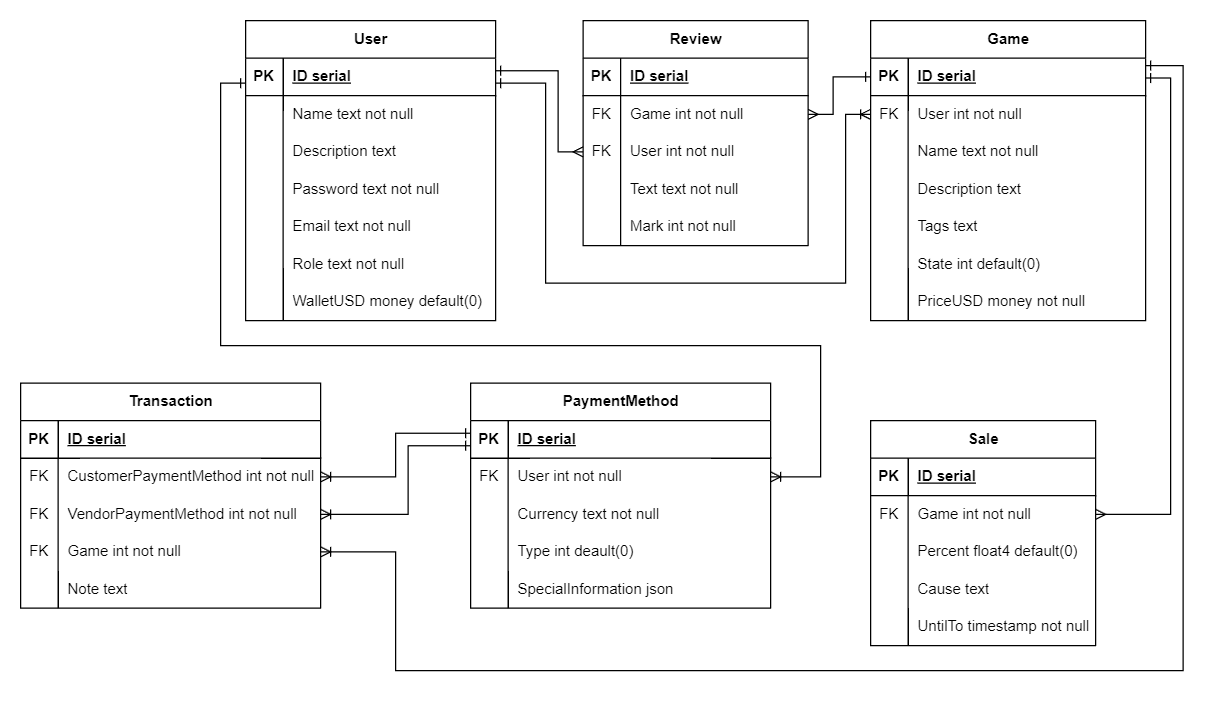
This is BD_UML.drawio.png from DioMain/Node.js-Cursovoi, a draw.io export, as it was before one commit. Source tidied: cells renumbered, new cells last; positions are measured from the earlier drawing's top-left corner, leaving out a move shared by most shapes.
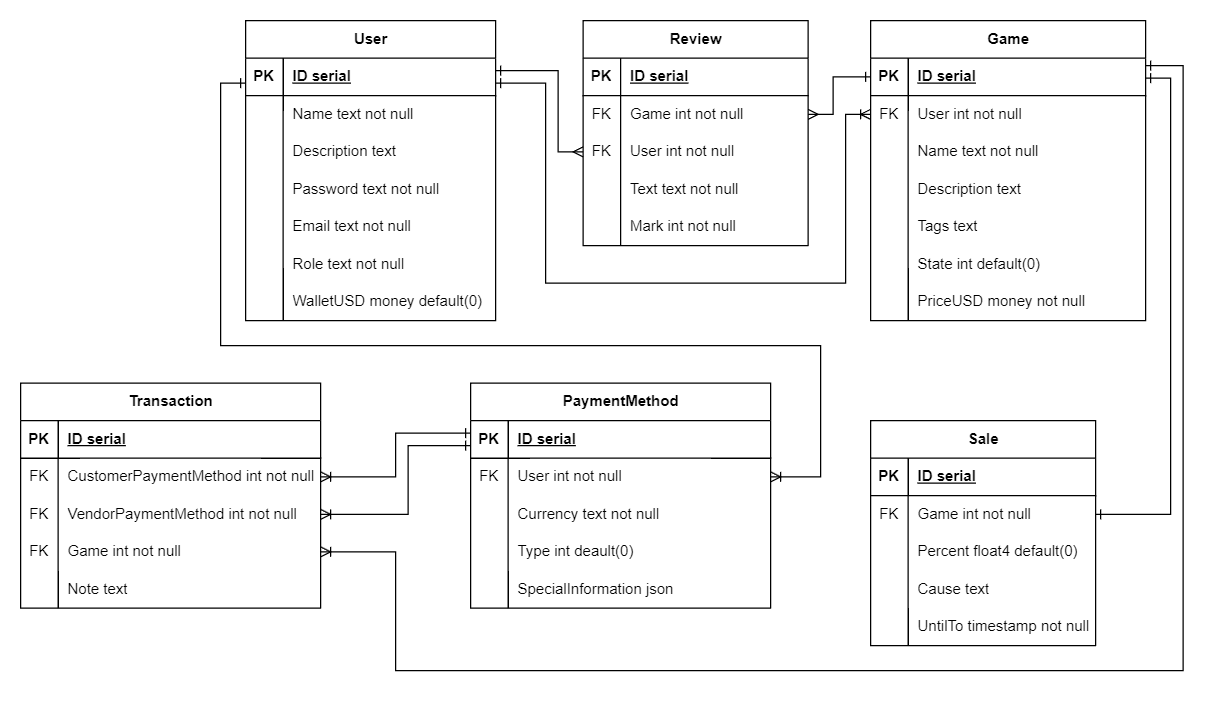
Above is the later version.

The edit, as a diff of the source:
```diff
@@ -230,7 +230,7 @@
     <mxCell id="77" value="Note text" style="shape=partialRectangle;fillColor=none;top=0;left=0;bottom=0;right=0;align=left;spacingLeft=6;overflow=hidden;whiteSpace=wrap;html=1;" parent="75" vertex="1">
       <mxGeometry x="30" width="210" height="30" as="geometry" />
     </mxCell>
-    <mxCell id="78" style="edgeStyle=orthogonalEdgeStyle;rounded=0;jettySize=auto;html=1;entryX=1;entryY=0.5;entryDx=0;entryDy=0;endArrow=ERmany;endFill=0;startArrow=ERone;startFill=0;" parent="1" edge="1" source="25" target="50">
+    <mxCell id="78" style="edgeStyle=orthogonalEdgeStyle;rounded=0;jettySize=auto;html=1;entryX=1;entryY=0.5;entryDx=0;entryDy=0;endArrow=ERone;endFill=0;startArrow=ERone;startFill=0;" parent="1" edge="1" source="25" target="50">
       <mxGeometry relative="1" as="geometry">
         <Array as="points">
           <mxPoint x="920" y="46" />
```
